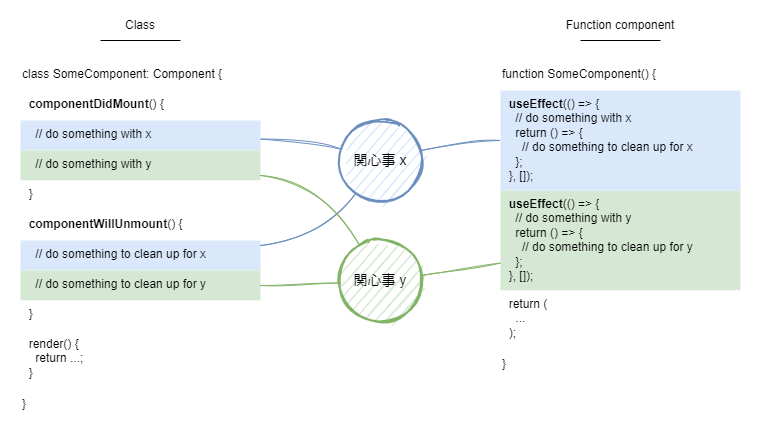
Earlier version of the draw.io export images/what-makes-me-happy-with-react-hooks/useeffect.png (blog-fukuchiharuki-me/blog-fukuchiharuki-me.github.io). Source tidied: cells renumbered, new cells last; positions are measured from the earlier drawing's top-left corner, leaving out a move shared by most shapes.
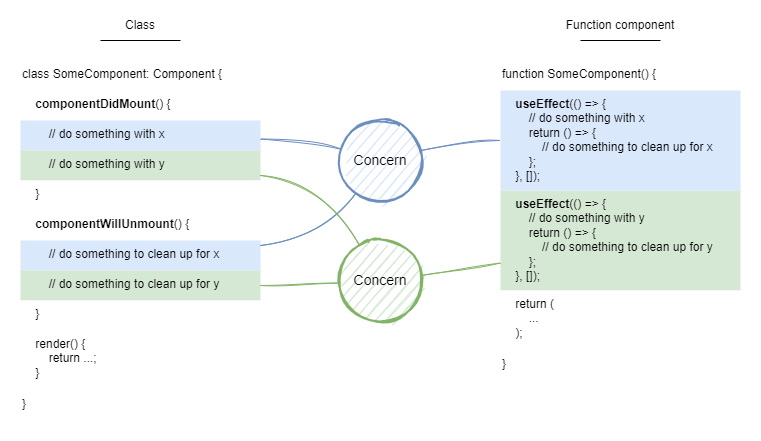
The same diagram one commit later.

Diff of the diagram source:
```diff
@@ -14,49 +14,49 @@
     <mxCell id="5" value="}" style="rounded=0;whiteSpace=wrap;html=1;arcSize=9;verticalAlign=top;align=left;strokeColor=none;" parent="1" vertex="1">
       <mxGeometry x="490" y="340" width="240" height="30" as="geometry" />
     </mxCell>
-    <mxCell id="6" value="&amp;nbsp; &lt;b&gt;useEffect&lt;/b&gt;(() =&amp;gt; {&lt;br&gt;&amp;nbsp; &amp;nbsp; // do something with y&lt;br&gt;&amp;nbsp; &amp;nbsp; return () =&amp;gt; {&lt;br&gt;&amp;nbsp; &amp;nbsp; &amp;nbsp; // do something to clean up for y&lt;br&gt;&amp;nbsp; &amp;nbsp; };&lt;br&gt;&amp;nbsp; }, []);" style="rounded=0;whiteSpace=wrap;html=1;arcSize=9;verticalAlign=top;align=left;fillColor=#d5e8d4;strokeColor=none;" parent="1" vertex="1">
+    <mxCell id="6" value="&amp;nbsp; &amp;nbsp;&amp;nbsp;&lt;b&gt;useEffect&lt;/b&gt;(() =&amp;gt; {&lt;br&gt;&amp;nbsp; &amp;nbsp; &amp;nbsp; &amp;nbsp; // do something with y&lt;br&gt;&amp;nbsp; &amp;nbsp; &amp;nbsp; &amp;nbsp; return () =&amp;gt; {&lt;br&gt;&amp;nbsp; &amp;nbsp; &amp;nbsp; &amp;nbsp; &amp;nbsp; &amp;nbsp; // do something to clean up for y&lt;br&gt;&amp;nbsp; &amp;nbsp; &amp;nbsp; &amp;nbsp; };&lt;br&gt;&amp;nbsp; &amp;nbsp; }, []);" style="rounded=0;whiteSpace=wrap;html=1;arcSize=9;verticalAlign=top;align=left;fillColor=#d5e8d4;strokeColor=none;" parent="1" vertex="1">
       <mxGeometry x="490" y="180" width="240" height="100" as="geometry" />
     </mxCell>
-    <mxCell id="7" value="&amp;nbsp; return (&lt;br&gt;&amp;nbsp; &amp;nbsp; ...&lt;br&gt;&amp;nbsp; );" style="rounded=0;whiteSpace=wrap;html=1;arcSize=6;verticalAlign=top;align=left;strokeColor=none;" parent="1" vertex="1">
+    <mxCell id="7" value="&amp;nbsp; &amp;nbsp; return (&lt;br&gt;&amp;nbsp; &amp;nbsp; &amp;nbsp; &amp;nbsp; ...&lt;br&gt;&amp;nbsp; &amp;nbsp; );" style="rounded=0;whiteSpace=wrap;html=1;arcSize=6;verticalAlign=top;align=left;strokeColor=none;" parent="1" vertex="1">
       <mxGeometry x="490" y="280" width="240" height="60" as="geometry" />
     </mxCell>
     <mxCell id="8" value="class SomeComponent: Component {" style="rounded=0;whiteSpace=wrap;html=1;arcSize=9;verticalAlign=top;align=left;strokeColor=none;" parent="1" vertex="1">
       <mxGeometry x="10" y="50" width="240" height="30" as="geometry" />
     </mxCell>
-    <mxCell id="9" value="&amp;nbsp; render() {&lt;br&gt;&amp;nbsp; &amp;nbsp; return ...;&lt;br&gt;&amp;nbsp; }" style="rounded=0;whiteSpace=wrap;html=1;arcSize=6;verticalAlign=top;align=left;strokeColor=none;" parent="1" vertex="1">
+    <mxCell id="9" value="&amp;nbsp; &amp;nbsp; render() {&lt;br&gt;&amp;nbsp; &amp;nbsp; &amp;nbsp; &amp;nbsp; return ...;&lt;br&gt;&amp;nbsp; &amp;nbsp; }" style="rounded=0;whiteSpace=wrap;html=1;arcSize=6;verticalAlign=top;align=left;strokeColor=none;" parent="1" vertex="1">
       <mxGeometry x="10" y="320" width="240" height="60" as="geometry" />
     </mxCell>
-    <mxCell id="10" value="&amp;nbsp; &lt;b&gt;useEffect&lt;/b&gt;(() =&amp;gt; {&lt;br&gt;&amp;nbsp; &amp;nbsp; // do something with x&lt;br&gt;&amp;nbsp; &amp;nbsp; return () =&amp;gt; {&lt;br&gt;&amp;nbsp; &amp;nbsp; &amp;nbsp; // do something to clean up for x&lt;br&gt;&amp;nbsp; &amp;nbsp; };&lt;br&gt;&amp;nbsp; }, []);" style="rounded=0;whiteSpace=wrap;html=1;arcSize=9;verticalAlign=top;align=left;fillColor=#dae8fc;strokeColor=none;" parent="1" vertex="1">
+    <mxCell id="10" value="&amp;nbsp; &amp;nbsp;&amp;nbsp;&lt;b&gt;useEffect&lt;/b&gt;(() =&amp;gt; {&lt;br&gt;&amp;nbsp; &amp;nbsp; &amp;nbsp; &amp;nbsp; // do something with x&lt;br&gt;&amp;nbsp; &amp;nbsp; &amp;nbsp; &amp;nbsp; return () =&amp;gt; {&lt;br&gt;&amp;nbsp; &amp;nbsp; &amp;nbsp; &amp;nbsp; &amp;nbsp; &amp;nbsp; // do something to clean up for x&lt;br&gt;&amp;nbsp; &amp;nbsp; &amp;nbsp; &amp;nbsp; };&lt;br&gt;&amp;nbsp; &amp;nbsp; }, []);" style="rounded=0;whiteSpace=wrap;html=1;arcSize=9;verticalAlign=top;align=left;fillColor=#dae8fc;strokeColor=none;" parent="1" vertex="1">
       <mxGeometry x="490" y="80" width="240" height="100" as="geometry" />
     </mxCell>
-    <mxCell id="11" value="&amp;nbsp; &lt;b&gt;componentDidMount&lt;/b&gt;() {" style="rounded=0;whiteSpace=wrap;html=1;arcSize=9;verticalAlign=top;align=left;strokeColor=none;" parent="1" vertex="1">
+    <mxCell id="11" value="&amp;nbsp; &amp;nbsp;&amp;nbsp;&lt;b&gt;componentDidMount&lt;/b&gt;() {" style="rounded=0;whiteSpace=wrap;html=1;arcSize=9;verticalAlign=top;align=left;strokeColor=none;" parent="1" vertex="1">
       <mxGeometry x="10" y="80" width="240" height="30" as="geometry" />
     </mxCell>
-    <mxCell id="12" value="&amp;nbsp; &amp;nbsp; // do something with x" style="rounded=0;whiteSpace=wrap;html=1;arcSize=9;verticalAlign=top;align=left;fillColor=#dae8fc;strokeColor=none;" parent="1" vertex="1">
+    <mxCell id="12" value="&amp;nbsp; &amp;nbsp; &amp;nbsp; &amp;nbsp; // do something with x" style="rounded=0;whiteSpace=wrap;html=1;arcSize=9;verticalAlign=top;align=left;fillColor=#dae8fc;strokeColor=none;" parent="1" vertex="1">
       <mxGeometry x="10" y="110" width="240" height="30" as="geometry" />
     </mxCell>
-    <mxCell id="13" value="&amp;nbsp; &amp;nbsp; // do something with y" style="rounded=0;whiteSpace=wrap;html=1;arcSize=9;verticalAlign=top;align=left;fillColor=#d5e8d4;strokeColor=none;" parent="1" vertex="1">
+    <mxCell id="13" value="&amp;nbsp; &amp;nbsp; &amp;nbsp; &amp;nbsp; // do something with y" style="rounded=0;whiteSpace=wrap;html=1;arcSize=9;verticalAlign=top;align=left;fillColor=#d5e8d4;strokeColor=none;" parent="1" vertex="1">
       <mxGeometry x="10" y="140" width="240" height="30" as="geometry" />
     </mxCell>
-    <mxCell id="14" value="&amp;nbsp; }" style="rounded=0;whiteSpace=wrap;html=1;arcSize=9;verticalAlign=top;align=left;strokeColor=none;" parent="1" vertex="1">
+    <mxCell id="14" value="&amp;nbsp; &amp;nbsp; }" style="rounded=0;whiteSpace=wrap;html=1;arcSize=9;verticalAlign=top;align=left;strokeColor=none;" parent="1" vertex="1">
       <mxGeometry x="10" y="170" width="240" height="30" as="geometry" />
     </mxCell>
-    <mxCell id="15" value="&amp;nbsp; &lt;b&gt;componentWillUnmount&lt;/b&gt;() {" style="rounded=0;whiteSpace=wrap;html=1;arcSize=9;verticalAlign=top;align=left;strokeColor=none;" parent="1" vertex="1">
+    <mxCell id="15" value="&amp;nbsp; &amp;nbsp;&amp;nbsp;&lt;b&gt;componentWillUnmount&lt;/b&gt;() {" style="rounded=0;whiteSpace=wrap;html=1;arcSize=9;verticalAlign=top;align=left;strokeColor=none;" parent="1" vertex="1">
       <mxGeometry x="10" y="200" width="240" height="30" as="geometry" />
     </mxCell>
-    <mxCell id="16" value="&amp;nbsp; &amp;nbsp; // do something to clean up for x" style="rounded=0;whiteSpace=wrap;html=1;arcSize=9;verticalAlign=top;align=left;fillColor=#dae8fc;strokeColor=none;" parent="1" vertex="1">
+    <mxCell id="16" value="&amp;nbsp; &amp;nbsp; &amp;nbsp; &amp;nbsp; // do something to clean up for x" style="rounded=0;whiteSpace=wrap;html=1;arcSize=9;verticalAlign=top;align=left;fillColor=#dae8fc;strokeColor=none;" parent="1" vertex="1">
       <mxGeometry x="10" y="230" width="240" height="30" as="geometry" />
     </mxCell>
-    <mxCell id="17" value="&amp;nbsp; &amp;nbsp; // do something to clean up for y" style="rounded=0;whiteSpace=wrap;html=1;arcSize=9;verticalAlign=top;align=left;fillColor=#d5e8d4;strokeColor=none;" parent="1" vertex="1">
+    <mxCell id="17" value="&amp;nbsp; &amp;nbsp; &amp;nbsp; &amp;nbsp; // do something to clean up for y" style="rounded=0;whiteSpace=wrap;html=1;arcSize=9;verticalAlign=top;align=left;fillColor=#d5e8d4;strokeColor=none;" parent="1" vertex="1">
       <mxGeometry x="10" y="260" width="240" height="30" as="geometry" />
     </mxCell>
-    <mxCell id="18" value="&amp;nbsp; }" style="rounded=0;whiteSpace=wrap;html=1;arcSize=9;verticalAlign=top;align=left;strokeColor=none;" parent="1" vertex="1">
+    <mxCell id="18" value="&amp;nbsp; &amp;nbsp; }" style="rounded=0;whiteSpace=wrap;html=1;arcSize=9;verticalAlign=top;align=left;strokeColor=none;" parent="1" vertex="1">
       <mxGeometry x="10" y="290" width="240" height="30" as="geometry" />
     </mxCell>
-    <mxCell id="19" value="関心事 x" style="ellipse;whiteSpace=wrap;html=1;rounded=0;sketch=1;fillColor=#dae8fc;align=center;strokeColor=#6C8EBF;strokeWidth=2;fontSize=14;" parent="1" vertex="1">
+    <mxCell id="19" value="Concern" style="ellipse;whiteSpace=wrap;html=1;rounded=0;sketch=1;fillColor=#dae8fc;align=center;strokeColor=#6C8EBF;strokeWidth=2;fontSize=14;" parent="1" vertex="1">
       <mxGeometry x="330" y="110" width="80" height="80" as="geometry" />
     </mxCell>
-    <mxCell id="20" value="関心事 y" style="ellipse;whiteSpace=wrap;html=1;rounded=0;sketch=1;fillColor=#d5e8d4;align=center;strokeColor=#82B366;strokeWidth=2;fontSize=14;" parent="1" vertex="1">
+    <mxCell id="20" value="Concern" style="ellipse;whiteSpace=wrap;html=1;rounded=0;sketch=1;fillColor=#d5e8d4;align=center;strokeColor=#82B366;strokeWidth=2;fontSize=14;" parent="1" vertex="1">
       <mxGeometry x="330" y="230" width="80" height="80" as="geometry" />
     </mxCell>
     <mxCell id="21" style="endArrow=none;html=1;strokeColor=#6C8EBF;sketch=1;curved=1;" parent="1" edge="1" source="19" target="10">
```
